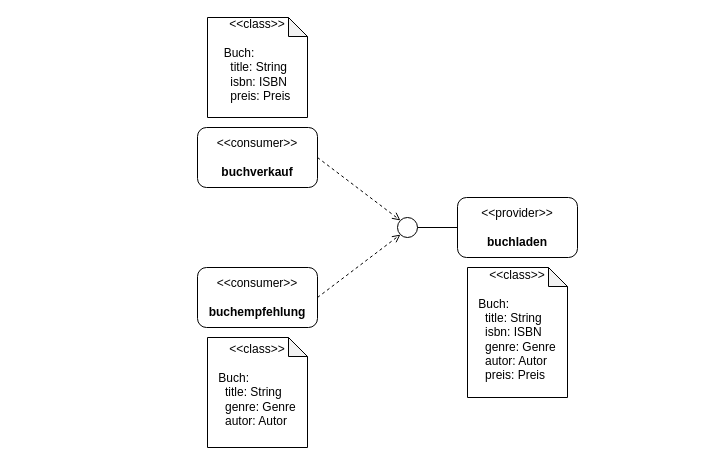
This is docs/gesamt.drawio from sneufeind/buchladen, a draw.io file, before an edit. Source tidied: cells renumbered, new cells numbered last; positions are measured from the earlier drawing's top-left corner, leaving out a move shared by most shapes. Both pictures are drawn from the tidied source at 100%, with x=0, y=0 at pixel (197, 17).
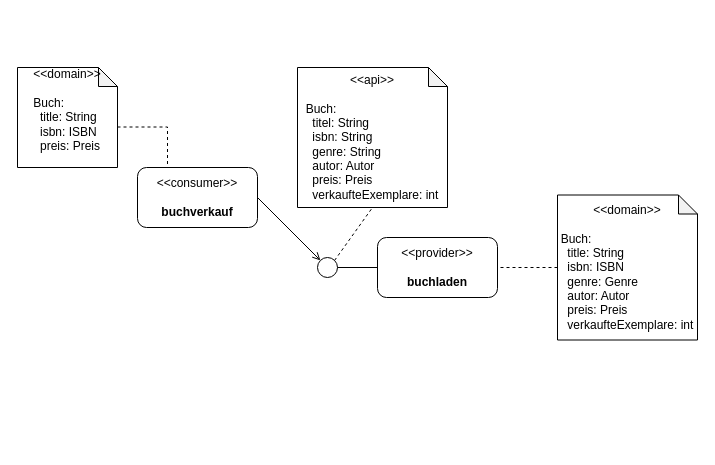
Above is the later version.

The edit, as a diff of the source:
```diff
@@
 <mxGraphModel>
   <root>
     <mxCell id="0" />
     <mxCell id="1" parent="0" />
     <mxCell id="2" value="&amp;lt;&amp;lt;consumer&amp;gt;&amp;gt;&lt;br style=&quot;font-size: 7px&quot;&gt;&lt;br style=&quot;font-size: 7px&quot;&gt;&lt;b&gt;buchverkauf&lt;/b&gt;" style="rounded=1;whiteSpace=wrap;html=1;" parent="1" vertex="1">
-      <mxGeometry y="110" width="120" height="60" as="geometry" />
+      <mxGeometry x="-60" y="150" width="120" height="60" as="geometry" />
     </mxCell>
-    <mxCell id="3" value="&amp;lt;&amp;lt;consumer&amp;gt;&amp;gt;&lt;br style=&quot;font-size: 7px&quot;&gt;&lt;br style=&quot;font-size: 7px&quot;&gt;&lt;b&gt;buchempfehlung&lt;/b&gt;" style="rounded=1;whiteSpace=wrap;html=1;" parent="1" vertex="1">
-      <mxGeometry y="250" width="120" height="60" as="geometry" />
-    </mxCell>
     <mxCell id="4" style="group;" parent="1" vertex="1">
-      <mxGeometry x="200" y="180" width="180" height="60" as="geometry" />
+      <mxGeometry x="120" y="220" width="180" height="60" as="geometry" />
     </mxCell>
     <mxCell id="5" value="&amp;lt;&amp;lt;provider&amp;gt;&amp;gt;&lt;br style=&quot;font-size: 7px&quot;&gt;&lt;br style=&quot;font-size: 7px&quot;&gt;&lt;b&gt;buchladen&lt;/b&gt;" style="rounded=1;whiteSpace=wrap;html=1;" parent="4" vertex="1">
       <mxGeometry x="60" width="120" height="60" as="geometry" />
     </mxCell>
     <mxCell id="6" style="ellipse;whiteSpace=wrap;html=1;" parent="4" vertex="1">
       <mxGeometry y="20" width="20" height="20" as="geometry" />
     </mxCell>
     <mxCell id="7" style="endArrow=none;html=1;entryX=0;entryY=0.5;entryDx=0;entryDy=0;exitX=1;exitY=0.5;exitDx=0;exitDy=0;" parent="4" edge="1" source="6" target="5">
       <mxGeometry relative="1" as="geometry" />
     </mxCell>
-    <mxCell id="8" style="endArrow=open;html=1;exitX=1;exitY=0.5;exitDx=0;exitDy=0;entryX=0;entryY=0;entryDx=0;entryDy=0;dashed=1;endFill=0;" parent="1" edge="1" source="2" target="6">
+    <mxCell id="8" style="endArrow=open;html=1;exitX=1;exitY=0.5;exitDx=0;exitDy=0;entryX=0;entryY=0;entryDx=0;entryDy=0;endFill=0;" parent="1" edge="1" source="2" target="6">
       <mxGeometry relative="1" as="geometry" />
     </mxCell>
-    <mxCell id="9" style="endArrow=open;html=1;exitX=1;exitY=0.5;exitDx=0;exitDy=0;entryX=0;entryY=1;entryDx=0;entryDy=0;dashed=1;endFill=0;" parent="1" edge="1" source="3" target="6">
-      <mxGeometry relative="1" as="geometry" />
-    </mxCell>
+    <mxCell id="13" style="edgeStyle=orthogonalEdgeStyle;rounded=0;jettySize=auto;html=1;exitX=0;exitY=0.5;exitDx=0;exitDy=0;exitPerimeter=0;endArrow=none;endFill=0;dashed=1;" parent="1" edge="1" source="10" target="5">
+      <mxGeometry relative="1" as="geometry">
+        <Array as="points">
+          <mxPoint x="360" y="250" />
+          <mxPoint x="360" y="250" />
+        </Array>
+      </mxGeometry>
+    </mxCell>
-    <mxCell id="10" value="&amp;lt;&amp;lt;class&amp;gt;&amp;gt;&lt;br&gt;&lt;br&gt;&lt;div style=&quot;text-align: left&quot;&gt;&lt;span&gt;Buch:&lt;/span&gt;&lt;/div&gt;&lt;div style=&quot;text-align: left&quot;&gt;&lt;span&gt;&amp;nbsp; title: String&lt;/span&gt;&lt;/div&gt;&lt;div style=&quot;text-align: left&quot;&gt;&lt;span&gt;&amp;nbsp; isbn: ISBN&lt;/span&gt;&lt;/div&gt;&lt;div style=&quot;text-align: left&quot;&gt;&lt;span&gt;&amp;nbsp; genre: Genre&lt;/span&gt;&lt;/div&gt;&lt;div style=&quot;text-align: left&quot;&gt;&lt;span&gt;&amp;nbsp; autor: Autor&lt;/span&gt;&lt;/div&gt;&lt;div style=&quot;text-align: left&quot;&gt;&amp;nbsp; preis: Preis&lt;span&gt;&lt;br&gt;&lt;/span&gt;&lt;/div&gt;&lt;div style=&quot;text-align: left&quot;&gt;&lt;span&gt;&lt;br&gt;&lt;/span&gt;&lt;/div&gt;" style="shape=note;whiteSpace=wrap;html=1;backgroundOutline=1;darkOpacity=0.05;size=19;" parent="1" vertex="1">
-      <mxGeometry x="270" y="250" width="100" height="130" as="geometry" />
+    <mxCell id="10" value="&amp;lt;&amp;lt;domain&amp;gt;&amp;gt;&lt;br&gt;&lt;br&gt;&lt;div style=&quot;text-align: left&quot;&gt;&lt;span&gt;Buch:&lt;/span&gt;&lt;/div&gt;&lt;div style=&quot;text-align: left&quot;&gt;&lt;span&gt;&amp;nbsp; title: String&lt;/span&gt;&lt;/div&gt;&lt;div style=&quot;text-align: left&quot;&gt;&lt;span&gt;&amp;nbsp; isbn: ISBN&lt;/span&gt;&lt;/div&gt;&lt;div style=&quot;text-align: left&quot;&gt;&lt;span&gt;&amp;nbsp; genre: Genre&lt;/span&gt;&lt;/div&gt;&lt;div style=&quot;text-align: left&quot;&gt;&lt;span&gt;&amp;nbsp; autor: Autor&lt;/span&gt;&lt;/div&gt;&lt;div style=&quot;text-align: left&quot;&gt;&amp;nbsp; preis: Preis&lt;span&gt;&lt;br&gt;&lt;/span&gt;&lt;/div&gt;&lt;div style=&quot;text-align: left&quot;&gt;&amp;nbsp; verkaufteExemplare: int&lt;span&gt;&lt;br&gt;&lt;/span&gt;&lt;/div&gt;" style="shape=note;whiteSpace=wrap;html=1;backgroundOutline=1;darkOpacity=0.05;size=19;" parent="1" vertex="1">
+      <mxGeometry x="360" y="177.5" width="140" height="145" as="geometry" />
     </mxCell>
-    <mxCell id="11" value="&amp;lt;&amp;lt;class&amp;gt;&amp;gt;&lt;br&gt;&lt;br&gt;&lt;div style=&quot;text-align: left&quot;&gt;&lt;span&gt;Buch:&lt;/span&gt;&lt;/div&gt;&lt;div style=&quot;text-align: left&quot;&gt;&lt;span&gt;&amp;nbsp; title: String&lt;/span&gt;&lt;/div&gt;&lt;div style=&quot;text-align: left&quot;&gt;&lt;span&gt;&amp;nbsp; genre: Genre&lt;/span&gt;&lt;/div&gt;&lt;div style=&quot;text-align: left&quot;&gt;&lt;span&gt;&amp;nbsp; autor: Autor&lt;/span&gt;&lt;/div&gt;&lt;div style=&quot;text-align: left&quot;&gt;&lt;span&gt;&lt;br&gt;&lt;/span&gt;&lt;/div&gt;" style="shape=note;whiteSpace=wrap;html=1;backgroundOutline=1;darkOpacity=0.05;size=19;" parent="1" vertex="1">
-      <mxGeometry x="10" y="320" width="100" height="110" as="geometry" />
-    </mxCell>
+    <mxCell id="14" style="edgeStyle=orthogonalEdgeStyle;rounded=0;jettySize=auto;html=1;exitX=0;exitY=0;exitDx=100;exitDy=59.5;exitPerimeter=0;dashed=1;endArrow=none;endFill=0;entryX=0.25;entryY=0;entryDx=0;entryDy=0;" parent="1" edge="1" source="12" target="2">
+      <mxGeometry relative="1" as="geometry" />
+    </mxCell>
-    <mxCell id="12" value="&amp;lt;&amp;lt;class&amp;gt;&amp;gt;&lt;br&gt;&lt;br&gt;&lt;div style=&quot;text-align: left&quot;&gt;&lt;span&gt;Buch:&lt;/span&gt;&lt;/div&gt;&lt;div style=&quot;text-align: left&quot;&gt;&lt;span&gt;&amp;nbsp; title: String&lt;/span&gt;&lt;/div&gt;&lt;div style=&quot;text-align: left&quot;&gt;&lt;span&gt;&amp;nbsp; isbn: ISBN&lt;/span&gt;&lt;/div&gt;&lt;div style=&quot;text-align: left&quot;&gt;&amp;nbsp; preis: Preis&lt;span&gt;&lt;br&gt;&lt;/span&gt;&lt;/div&gt;&lt;div style=&quot;text-align: left&quot;&gt;&lt;span&gt;&lt;br&gt;&lt;/span&gt;&lt;/div&gt;" style="shape=note;whiteSpace=wrap;html=1;backgroundOutline=1;darkOpacity=0.05;size=19;" parent="1" vertex="1">
-      <mxGeometry x="10" width="100" height="100" as="geometry" />
+    <mxCell id="12" value="&amp;lt;&amp;lt;domain&amp;gt;&amp;gt;&lt;br&gt;&lt;br&gt;&lt;div style=&quot;text-align: left&quot;&gt;&lt;span&gt;Buch:&lt;/span&gt;&lt;/div&gt;&lt;div style=&quot;text-align: left&quot;&gt;&lt;span&gt;&amp;nbsp; title: String&lt;/span&gt;&lt;/div&gt;&lt;div style=&quot;text-align: left&quot;&gt;&lt;span&gt;&amp;nbsp; isbn: ISBN&lt;/span&gt;&lt;/div&gt;&lt;div style=&quot;text-align: left&quot;&gt;&amp;nbsp; preis: Preis&lt;span&gt;&lt;br&gt;&lt;/span&gt;&lt;/div&gt;&lt;div style=&quot;text-align: left&quot;&gt;&lt;span&gt;&lt;br&gt;&lt;/span&gt;&lt;/div&gt;" style="shape=note;whiteSpace=wrap;html=1;backgroundOutline=1;darkOpacity=0.05;size=19;" parent="1" vertex="1">
+      <mxGeometry x="-180" y="50" width="100" height="100" as="geometry" />
     </mxCell>
+    <mxCell id="15" value="&amp;lt;&amp;lt;api&amp;gt;&amp;gt;&lt;br&gt;&lt;br&gt;&lt;div style=&quot;text-align: left&quot;&gt;&lt;span&gt;Buch:&lt;/span&gt;&lt;/div&gt;&lt;div style=&quot;text-align: left&quot;&gt;&lt;span&gt;&amp;nbsp; titel: String&lt;/span&gt;&lt;/div&gt;&lt;div style=&quot;text-align: left&quot;&gt;&lt;span&gt;&amp;nbsp; isbn: String&lt;/span&gt;&lt;/div&gt;&lt;div style=&quot;text-align: left&quot;&gt;&lt;span&gt;&amp;nbsp; genre: String&lt;/span&gt;&lt;/div&gt;&lt;div style=&quot;text-align: left&quot;&gt;&lt;span&gt;&amp;nbsp; autor: Autor&lt;/span&gt;&lt;/div&gt;&lt;div style=&quot;text-align: left&quot;&gt;&amp;nbsp; preis: Preis&lt;span&gt;&lt;br&gt;&lt;/span&gt;&lt;/div&gt;&lt;div style=&quot;text-align: left&quot;&gt;&lt;span&gt;&amp;nbsp; verkaufteExemplare: int&lt;/span&gt;&lt;/div&gt;" style="shape=note;whiteSpace=wrap;html=1;backgroundOutline=1;darkOpacity=0.05;size=19;" parent="1" vertex="1">
+      <mxGeometry x="100" y="50" width="150" height="140" as="geometry" />
+    </mxCell>
+    <mxCell id="16" style="endArrow=none;dashed=1;html=1;entryX=0.5;entryY=1;entryDx=0;entryDy=0;entryPerimeter=0;exitX=1;exitY=0;exitDx=0;exitDy=0;" parent="1" edge="1" source="6" target="15">
+      <mxGeometry relative="1" as="geometry" />
+    </mxCell>
   </root>
 </mxGraphModel>
```
